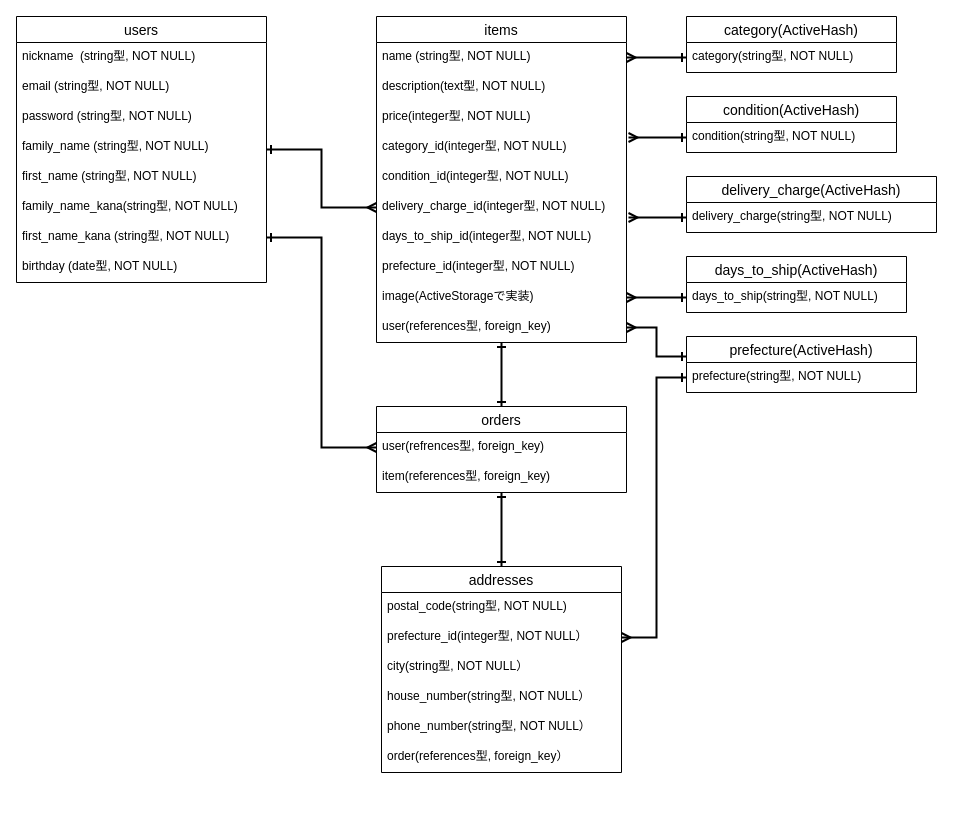
This is ER図.dio from akira30866/furima-30866, a draw.io file, before an edit. Source tidied: cells renumbered, new cells numbered last; positions are measured from the earlier drawing's top-left corner, leaving out a move shared by most shapes. Both pictures are drawn from the tidied source at 100%, with x=0, y=0 at pixel (16, 16).
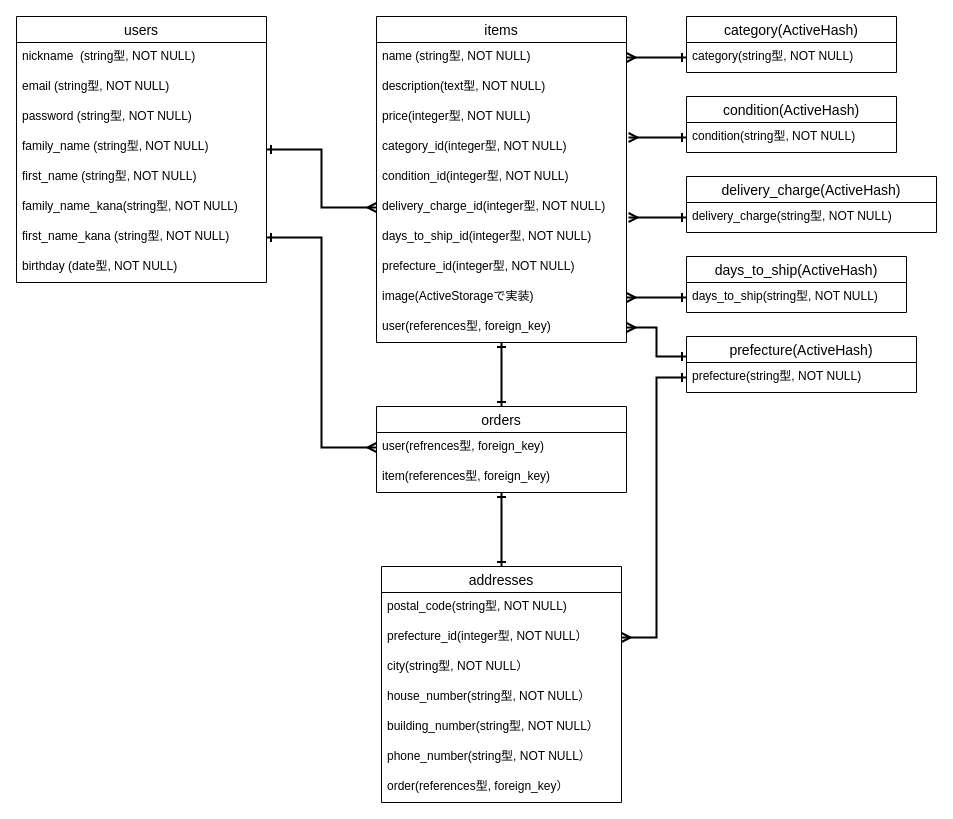
Above is the later version.

Commit message (it also covers changes not shown here):
ER図・READMEの修正

adressesテーブルに建物番号(building_number)を追記

Change to the diagram source:
```diff
@@
     <mxCell id="35" value="addresses" style="swimlane;fontStyle=0;horizontal=1;startSize=26;align=center;fontSize=14;" parent="1" vertex="1">
-      <mxGeometry x="365" y="550" width="240" height="206" as="geometry" />
+      <mxGeometry x="365" y="550" width="240" height="236" as="geometry" />
     </mxCell>
@@
+    <mxCell id="52" value="house_number(string型, NOT NULL）" style="text;strokeColor=none;fillColor=none;spacingLeft=4;spacingRight=4;overflow=hidden;fontSize=12;" parent="35" vertex="1">
+      <mxGeometry y="116" width="240" height="30" as="geometry" />
+    </mxCell>
-    <mxCell id="39" value="house_number(string型, NOT NULL）" style="text;strokeColor=none;fillColor=none;spacingLeft=4;spacingRight=4;overflow=hidden;fontSize=12;" parent="35" vertex="1">
-      <mxGeometry y="116" width="240" height="30" as="geometry" />
+    <mxCell id="39" value="building_number(string型, NOT NULL）" style="text;strokeColor=none;fillColor=none;spacingLeft=4;spacingRight=4;overflow=hidden;fontSize=12;" parent="35" vertex="1">
+      <mxGeometry y="146" width="240" height="30" as="geometry" />
     </mxCell>
     <mxCell id="40" value="phone_number(string型, NOT NULL）" style="text;strokeColor=none;fillColor=none;spacingLeft=4;spacingRight=4;overflow=hidden;fontSize=12;" parent="35" vertex="1">
-      <mxGeometry y="146" width="240" height="30" as="geometry" />
+      <mxGeometry y="176" width="240" height="30" as="geometry" />
     </mxCell>
     <mxCell id="41" value="order(references型, foreign_key）" style="text;strokeColor=none;fillColor=none;spacingLeft=4;spacingRight=4;overflow=hidden;fontSize=12;" parent="35" vertex="1">
-      <mxGeometry y="176" width="240" height="30" as="geometry" />
+      <mxGeometry y="206" width="240" height="30" as="geometry" />
     </mxCell>
```
